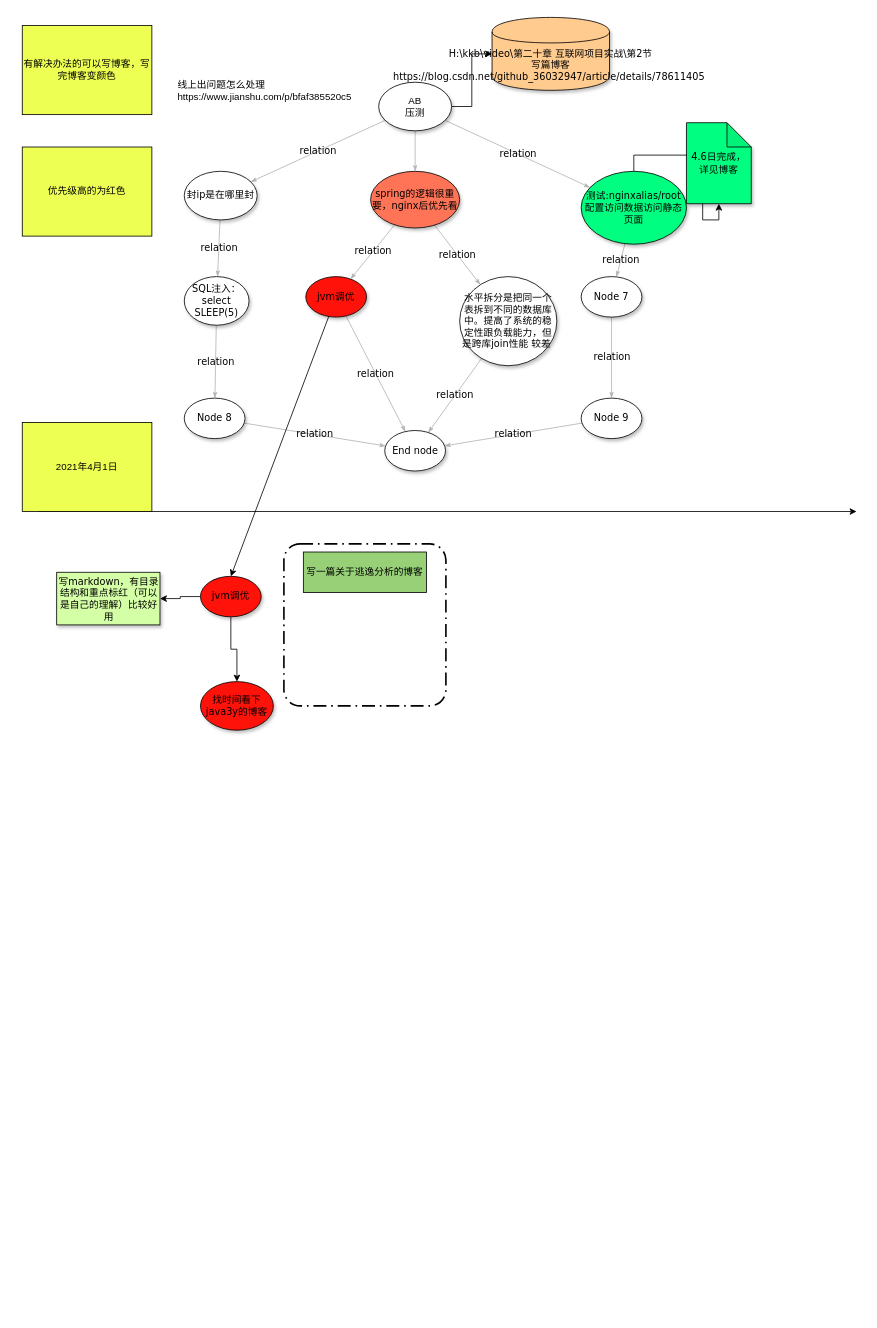
The draw.io diagram 待办.drawio in pikefeier/diagrams, before the edit. Source tidied: cells renumbered, new cells numbered last; positions are measured from the earlier drawing's top-left corner, leaving out a move shared by most shapes. Both pictures are drawn from the tidied source at 81%, with x=0, y=0 at pixel (22, 17).
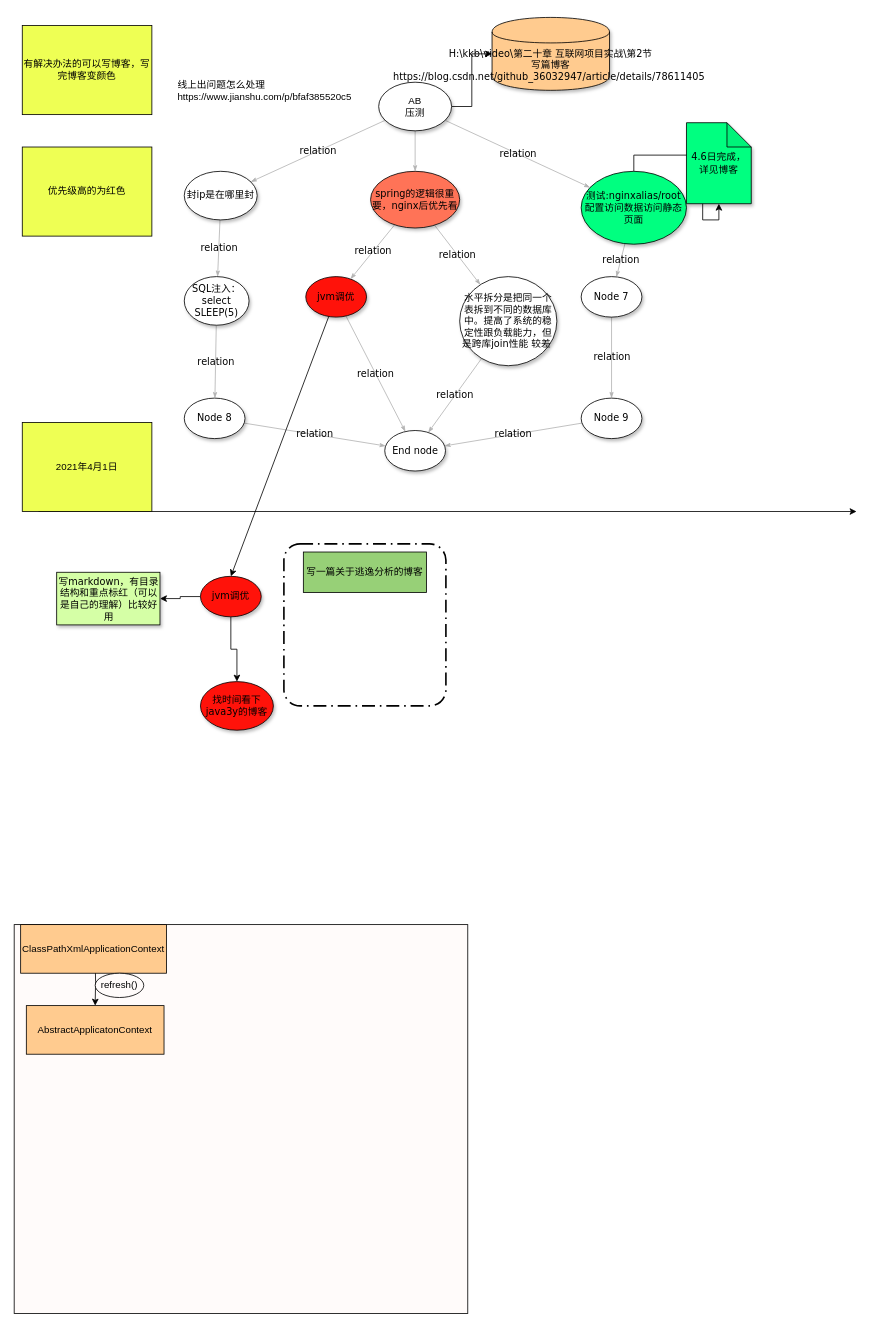
After the change.

Diff of the diagram source:
```diff
@@
+    <mxCell id="43" style="rounded=0;whiteSpace=wrap;html=1;fillColor=#FFFBFA;" parent="1" vertex="1">
+      <mxGeometry x="-10" y="1120" width="560" height="480" as="geometry" />
+    </mxCell>
+    <mxCell id="44" style="edgeStyle=orthogonalEdgeStyle;rounded=0;jettySize=auto;html=1;" parent="1" edge="1" target="45">
+      <mxGeometry relative="1" as="geometry">
+        <mxPoint x="90" y="1160" as="sourcePoint" />
+      </mxGeometry>
+    </mxCell>
+    <mxCell id="45" value="AbstractApplicatonContext" style="whiteSpace=wrap;html=1;fillColor=#FFCB8F;" parent="1" vertex="1">
+      <mxGeometry x="5" y="1220" width="170" height="60" as="geometry" />
+    </mxCell>
+    <mxCell id="46" value="ClassPathXmlApplicationContext" style="whiteSpace=wrap;html=1;fillColor=#FFCB8F;" parent="1" vertex="1">
+      <mxGeometry x="-2" y="1120" width="180" height="60" as="geometry" />
+    </mxCell>
+    <mxCell id="47" value="refresh()" style="ellipse;whiteSpace=wrap;html=1;fillColor=#FFFBFA;" parent="1" vertex="1">
+      <mxGeometry x="90" y="1180" width="60" height="30" as="geometry" />
+    </mxCell>
```
